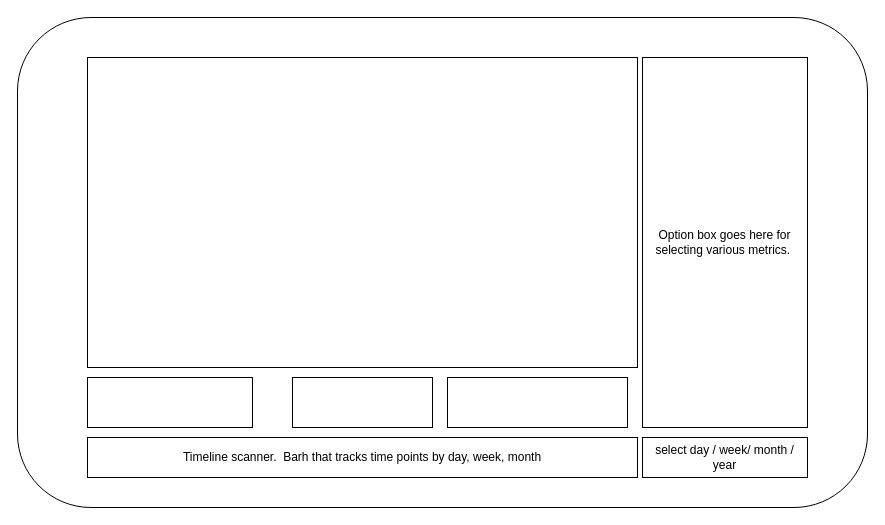
Before: scripts/buyhousing/map_res.drawio in Landcruiser87/housing_search, a draw.io diagram. Source tidied: cells renumbered, new cells numbered last; positions are measured from the earlier drawing's top-left corner, leaving out a move shared by most shapes. Both pictures are drawn from the tidied source at 100%, with x=0, y=0 at pixel (17, 17).
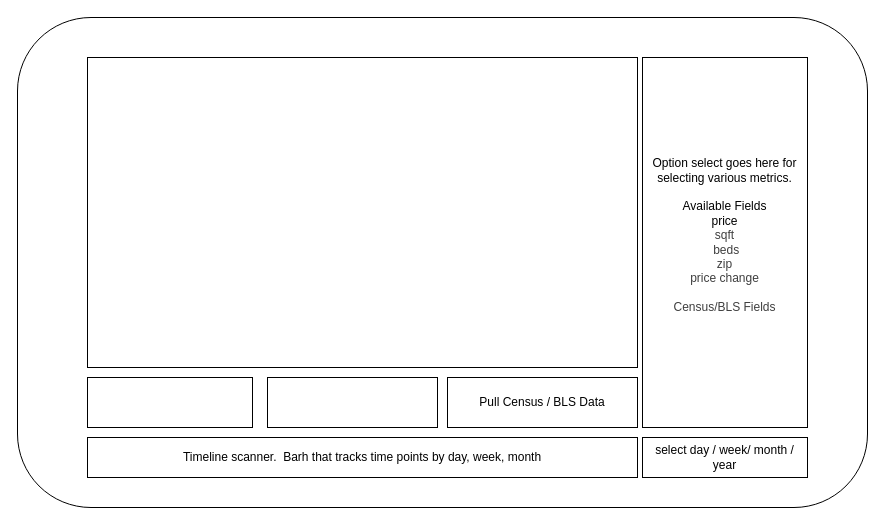
After the change.

Change to the diagram source:
```diff
@@
 <mxGraphModel>
   <root>
     <mxCell id="0" />
     <mxCell id="1" parent="0" />
     <mxCell id="2" style="rounded=1;whiteSpace=wrap;html=1;" parent="1" vertex="1">
       <mxGeometry width="850" height="490" as="geometry" />
     </mxCell>
     <mxCell id="3" value="Timeline scanner.&amp;nbsp; Barh that tracks time points by day, week, month" style="rounded=0;whiteSpace=wrap;html=1;" parent="1" vertex="1">
       <mxGeometry x="70" y="420" width="550" height="40" as="geometry" />
     </mxCell>
     <mxCell id="4" style="rounded=0;whiteSpace=wrap;html=1;" parent="1" vertex="1">
-      <mxGeometry x="275" y="360" width="140" height="50" as="geometry" />
+      <mxGeometry x="250" y="360" width="170" height="50" as="geometry" />
     </mxCell>
     <mxCell id="5" style="rounded=0;whiteSpace=wrap;html=1;" parent="1" vertex="1">
       <mxGeometry x="70" y="360" width="165" height="50" as="geometry" />
     </mxCell>
     <mxCell id="6" style="rounded=0;whiteSpace=wrap;html=1;" parent="1" vertex="1">
       <mxGeometry x="70" y="40" width="550" height="310" as="geometry" />
     </mxCell>
-    <mxCell id="7" style="rounded=0;whiteSpace=wrap;html=1;" parent="1" vertex="1">
-      <mxGeometry x="430" y="360" width="180" height="50" as="geometry" />
+    <mxCell id="7" value="Pull Census / BLS Data" style="rounded=0;whiteSpace=wrap;html=1;" parent="1" vertex="1">
+      <mxGeometry x="430" y="360" width="190" height="50" as="geometry" />
     </mxCell>
-    <mxCell id="8" value="Option box goes here for selecting various metrics.&amp;nbsp;" style="rounded=0;whiteSpace=wrap;html=1;" parent="1" vertex="1">
+    <mxCell id="8" value="Option select goes here for selecting various metrics.&lt;div&gt;&lt;br&gt;&lt;/div&gt;&lt;div&gt;Available Fields&lt;/div&gt;&lt;div&gt;&lt;span style=&quot;background-color: transparent;&quot;&gt;price&lt;/span&gt;&lt;/div&gt;&lt;div&gt;&lt;span style=&quot;background-color: transparent; color: rgb(63, 63, 63);&quot;&gt;sqft&lt;/span&gt;&lt;/div&gt;&lt;div&gt;&lt;span style=&quot;background-color: transparent; color: rgb(63, 63, 63);&quot;&gt;&amp;nbsp;beds&lt;/span&gt;&lt;/div&gt;&lt;div&gt;&lt;span style=&quot;background-color: transparent; color: rgb(63, 63, 63);&quot;&gt;zip&lt;/span&gt;&lt;/div&gt;&lt;div&gt;&lt;span style=&quot;background-color: transparent; color: rgb(63, 63, 63);&quot;&gt;price change&lt;/span&gt;&lt;/div&gt;&lt;div&gt;&lt;span style=&quot;background-color: transparent; color: rgb(63, 63, 63);&quot;&gt;&lt;br&gt;&lt;/span&gt;&lt;/div&gt;&lt;div&gt;&lt;span style=&quot;background-color: transparent; color: rgb(63, 63, 63);&quot;&gt;Census/BLS Fields&lt;/span&gt;&lt;/div&gt;&lt;div&gt;&lt;span style=&quot;background-color: transparent; color: rgb(63, 63, 63);&quot;&gt;&lt;br&gt;&lt;/span&gt;&lt;/div&gt;" style="rounded=0;whiteSpace=wrap;html=1;" parent="1" vertex="1">
       <mxGeometry x="625" y="40" width="165" height="370" as="geometry" />
     </mxCell>
     <mxCell id="9" value="select day / week/ month / year" style="rounded=0;whiteSpace=wrap;html=1;" parent="1" vertex="1">
       <mxGeometry x="625" y="420" width="165" height="40" as="geometry" />
     </mxCell>
   </root>
 </mxGraphModel>
```
